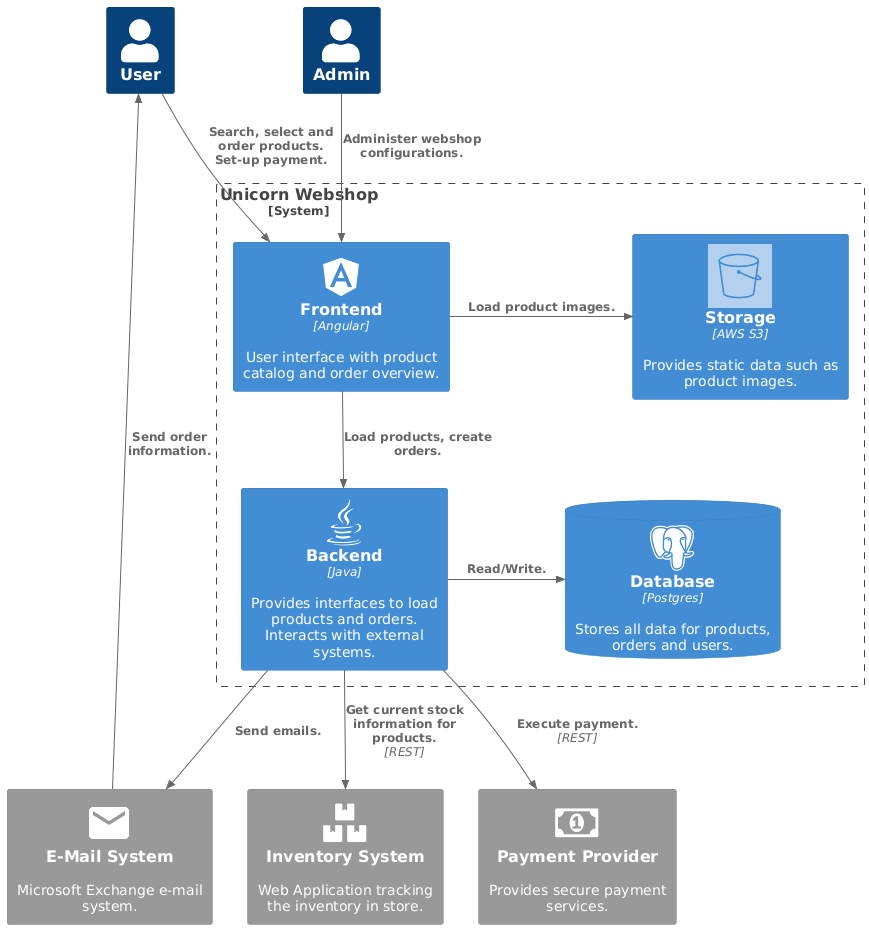
Above: images/c4-2-container-layers.png in iris-hunkeler/architecture-documentation (PlantUML), before the change. Its diagram source:
```plantuml
@startuml c4-2-container-layers
!include <C4/C4_Container>

!include <awslib/AWSCommon>
!include <awslib/Storage/SimpleStorageService>

!include <tupadr3/common>
!include <tupadr3/devicons2/java>
!include <tupadr3/devicons2/angular>
!include <tupadr3/devicons2/postgresql>
!include <tupadr3/material/email>
!include <tupadr3/font-awesome/money>
!include <tupadr3/font-awesome-5/boxes>

Person(admin, "Admin")
Person(user, "User")

System_Boundary(system, "Unicorn Webshop") {

    Container(frontend, "Frontend", "Angular", "User interface with product catalog and order overview.", $sprite="angular")

    Container(storage, "Storage", "AWS S3", "Provides static data such as product images.", $sprite="SimpleStorageService")

    Container(backend, "Backend", "Java", "Provides interfaces to load products and orders. Interacts with external systems.", $sprite="java")
    ContainerDb(db, "Database", "Postgres", "Stores all data for products, orders and users.", $sprite="postgresql")
}

Rel_R(frontend, storage, "Load product images.")
Rel(frontend, backend, "Load products, create orders.")
Rel_R(backend, db, "Read/Write.")

System_Ext(inventory, "Inventory System", "Web Application tracking the inventory in store.", $sprite="boxes")
System_Ext(payment, "Payment Provider", "Provides secure payment services.", $sprite="money")
System_Ext(email, "E-Mail System", "Microsoft Exchange e-mail system.", $sprite="email")

Rel(user, frontend, "Search, select and order products. Set-up payment.")
Rel(admin, frontend, "Administer webshop configurations.")

Rel(backend, inventory, "Get current stock information for products.", "REST")
Rel(backend, payment, "Execute payment.", "REST")
Rel(backend, email, "Send emails.")

Rel_U(email, user, "Send order information.")

@enduml
```
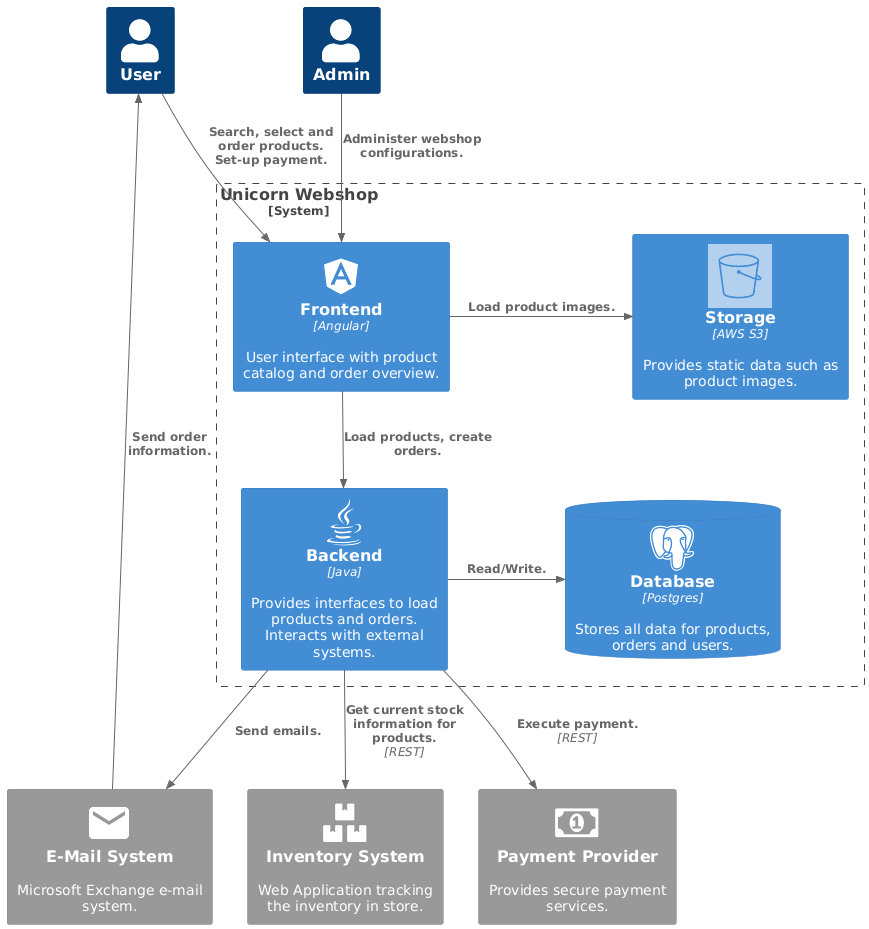
Above is the later version.

What changed in the source:
```diff
@@ -6,7 +6,7 @@
 
 !include <tupadr3/common>
 !include <tupadr3/devicons2/java>
-!include <tupadr3/devicons2/angular>
+!include <tupadr3/devicons/angular>
 !include <tupadr3/devicons2/postgresql>
 !include <tupadr3/material/email>
 !include <tupadr3/font-awesome/money>
```
